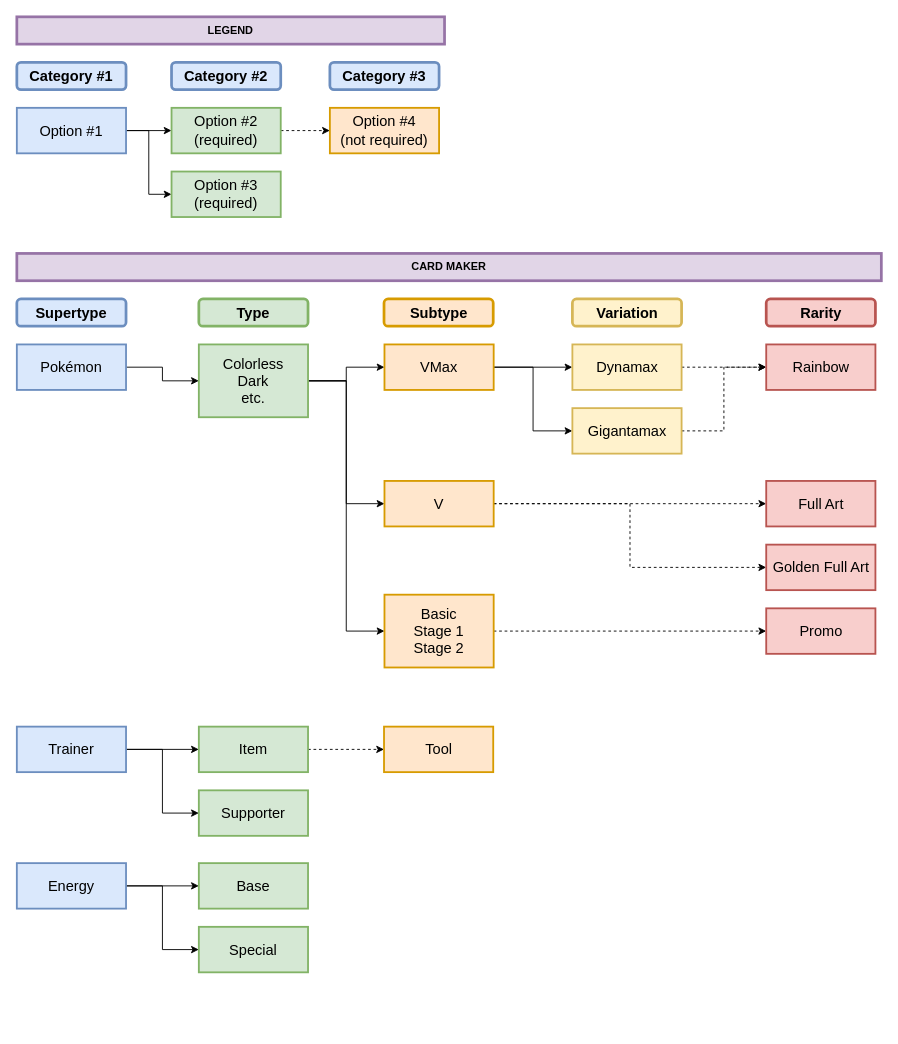
This is docs/Card flow.drawio from slayerofdrosophila/pkm-card-maker, a draw.io file, before an edit. Source tidied: cells renumbered, new cells numbered last; positions are measured from the earlier drawing's top-left corner, leaving out a move shared by most shapes. Both pictures are drawn from the tidied source at 91%, with x=0, y=0 at pixel (16, 16).
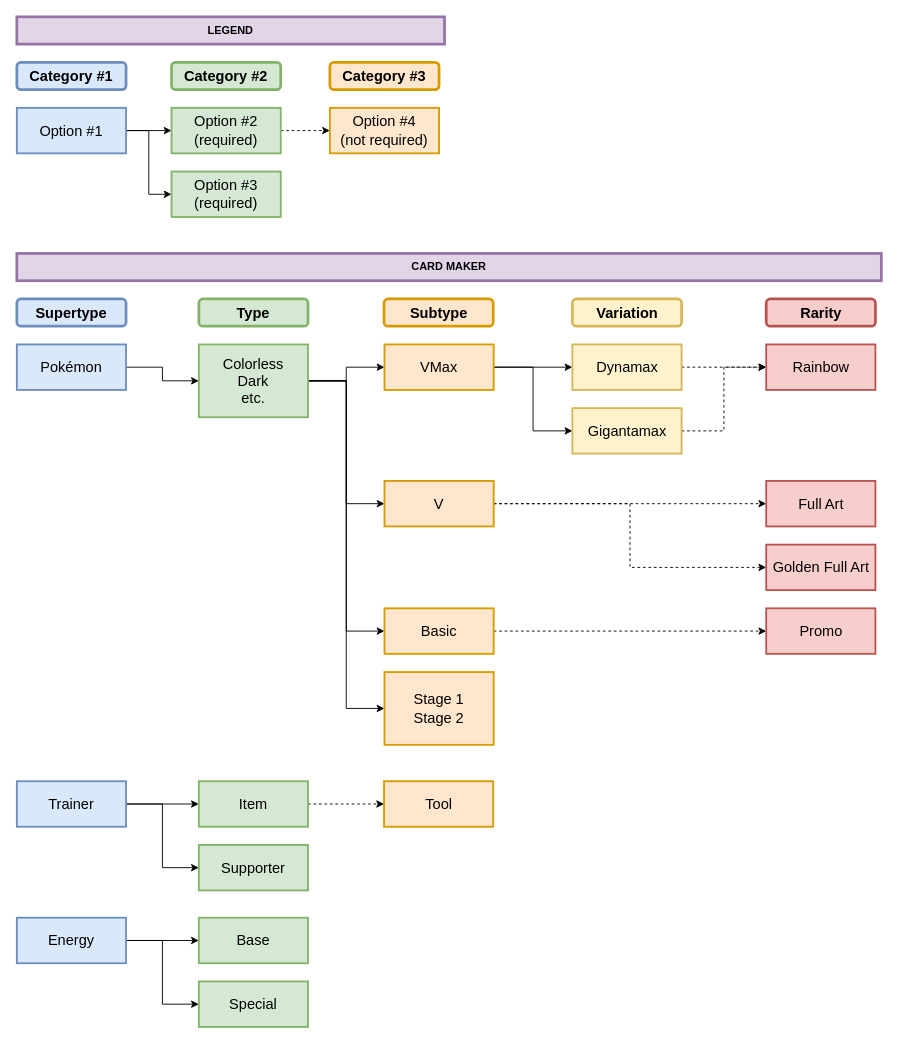
After the change.

Unchanged cells that the change refers to:
```xml
<mxCell id="18" value="Colorless&lt;br&gt;Dark&lt;br&gt;etc." style="rounded=0;whiteSpace=wrap;html=1;strokeWidth=2;fontSize=16;fillColor=#d5e8d4;strokeColor=#82b366;" parent="1" vertex="1">
  <mxGeometry x="200" y="360" width="120" height="80" as="geometry" />
</mxCell>
<mxCell id="28" value="V" style="rounded=0;whiteSpace=wrap;html=1;strokeWidth=2;fontSize=16;fillColor=#ffe6cc;strokeColor=#d79b00;" parent="1" vertex="1">
  <mxGeometry x="404" y="510" width="120" height="50" as="geometry" />
</mxCell>
<mxCell id="36" value="Promo" style="rounded=0;whiteSpace=wrap;html=1;strokeWidth=2;fontSize=16;fillColor=#f8cecc;strokeColor=#b85450;" parent="1" vertex="1">
  <mxGeometry x="823.5" y="650" width="120" height="50" as="geometry" />
</mxCell>
<mxCell id="38" value="Golden Full Art" style="rounded=0;whiteSpace=wrap;html=1;strokeWidth=2;fontSize=16;fillColor=#f8cecc;strokeColor=#b85450;" parent="1" vertex="1">
  <mxGeometry x="823.5" y="580" width="120" height="50" as="geometry" />
</mxCell>
```

Change to the diagram source:
```diff
@@
     <mxCell id="4" value="Energy" style="rounded=0;whiteSpace=wrap;html=1;strokeWidth=2;fontSize=16;fillColor=#dae8fc;strokeColor=#6c8ebf;" parent="1" vertex="1">
-      <mxGeometry y="930" width="120" height="50" as="geometry" />
+      <mxGeometry y="990" width="120" height="50" as="geometry" />
     </mxCell>
@@
     <mxCell id="14" value="Trainer" style="rounded=0;whiteSpace=wrap;html=1;strokeWidth=2;fontSize=16;fillColor=#dae8fc;strokeColor=#6c8ebf;" parent="1" vertex="1">
-      <mxGeometry y="780" width="120" height="50" as="geometry" />
+      <mxGeometry y="840" width="120" height="50" as="geometry" />
     </mxCell>
@@
+    <mxCell id="53" style="edgeStyle=orthogonalEdgeStyle;rounded=0;jettySize=auto;html=1;exitX=1;exitY=0.5;exitDx=0;exitDy=0;entryX=0;entryY=0.5;entryDx=0;entryDy=0;" parent="1" edge="1" source="18" target="55">
+      <mxGeometry relative="1" as="geometry" />
+    </mxCell>
@@
     <mxCell id="20" value="Item" style="rounded=0;whiteSpace=wrap;html=1;strokeWidth=2;fontSize=16;fillColor=#d5e8d4;strokeColor=#82b366;" parent="1" vertex="1">
-      <mxGeometry x="200" y="780" width="120" height="50" as="geometry" />
+      <mxGeometry x="200" y="840" width="120" height="50" as="geometry" />
     </mxCell>
     <mxCell id="21" value="Supporter" style="rounded=0;whiteSpace=wrap;html=1;strokeWidth=2;fontSize=16;fillColor=#d5e8d4;strokeColor=#82b366;" parent="1" vertex="1">
-      <mxGeometry x="200" y="850" width="120" height="50" as="geometry" />
+      <mxGeometry x="200" y="910" width="120" height="50" as="geometry" />
     </mxCell>
     <mxCell id="22" value="Base" style="rounded=0;whiteSpace=wrap;html=1;strokeWidth=2;fontSize=16;fillColor=#d5e8d4;strokeColor=#82b366;" parent="1" vertex="1">
-      <mxGeometry x="200" y="930" width="120" height="50" as="geometry" />
+      <mxGeometry x="200" y="990" width="120" height="50" as="geometry" />
     </mxCell>
     <mxCell id="23" value="Special" style="rounded=0;whiteSpace=wrap;html=1;strokeWidth=2;fontSize=16;fillColor=#d5e8d4;strokeColor=#82b366;" parent="1" vertex="1">
-      <mxGeometry x="200" y="1000" width="120" height="50" as="geometry" />
+      <mxGeometry x="200" y="1060" width="120" height="50" as="geometry" />
     </mxCell>
-    <mxCell id="24" style="edgeStyle=orthogonalEdgeStyle;rounded=0;jettySize=auto;html=1;exitX=1;exitY=0.5;exitDx=0;exitDy=0;entryX=0;entryY=0.5;entryDx=0;entryDy=0;fontSize=16;dashed=1;" parent="1" edge="1" source="25" target="36">
-      <mxGeometry relative="1" as="geometry" />
-    </mxCell>
-    <mxCell id="25" value="Basic&lt;br&gt;Stage 1&lt;br&gt;Stage 2" style="rounded=0;whiteSpace=wrap;html=1;strokeWidth=2;fontSize=16;fillColor=#ffe6cc;strokeColor=#d79b00;" parent="1" vertex="1">
-      <mxGeometry x="404" y="635" width="120" height="80" as="geometry" />
+    <mxCell id="25" value="Stage 1&lt;br&gt;Stage 2" style="rounded=0;whiteSpace=wrap;html=1;strokeWidth=2;fontSize=16;fillColor=#ffe6cc;strokeColor=#d79b00;" parent="1" vertex="1">
+      <mxGeometry x="404" y="720" width="120" height="80" as="geometry" />
     </mxCell>
@@
-    <mxCell id="27" style="edgeStyle=orthogonalEdgeStyle;rounded=0;jettySize=auto;html=1;exitX=1;exitY=0.5;exitDx=0;exitDy=0;entryX=0;entryY=0.5;entryDx=0;entryDy=0;fontSize=16;dashed=1;" parent="1" edge="1" source="28" target="38">
+    <mxCell id="27" style="edgeStyle=orthogonalEdgeStyle;rounded=0;jettySize=auto;html=1;exitX=1;exitY=0.5;exitDx=0;exitDy=0;entryX=0;entryY=0.5;entryDx=0;entryDy=0;dashed=1;" parent="1" edge="1" source="28" target="38">
       <mxGeometry relative="1" as="geometry" />
     </mxCell>
@@
     <mxCell id="40" value="Tool" style="rounded=0;whiteSpace=wrap;html=1;strokeWidth=2;fontSize=16;fillColor=#ffe6cc;strokeColor=#d79b00;" parent="1" vertex="1">
-      <mxGeometry x="403.5" y="780" width="120" height="50" as="geometry" />
+      <mxGeometry x="403.5" y="840" width="120" height="50" as="geometry" />
     </mxCell>
@@
-    <mxCell id="48" value="Category #2" style="rounded=1;whiteSpace=wrap;html=1;strokeWidth=3;fontSize=16;fillColor=#dae8fc;strokeColor=#6c8ebf;fontStyle=1;" parent="1" vertex="1">
+    <mxCell id="48" value="Category #2" style="rounded=1;whiteSpace=wrap;html=1;strokeWidth=3;fontSize=16;fillColor=#d5e8d4;strokeColor=#82b366;fontStyle=1;" parent="1" vertex="1">
       <mxGeometry x="170" y="50" width="120" height="30" as="geometry" />
     </mxCell>
-    <mxCell id="49" value="Category #3" style="rounded=1;whiteSpace=wrap;html=1;strokeWidth=3;fontSize=16;fillColor=#dae8fc;strokeColor=#6c8ebf;fontStyle=1;" parent="1" vertex="1">
+    <mxCell id="49" value="Category #3" style="rounded=1;whiteSpace=wrap;html=1;strokeWidth=3;fontSize=16;fillColor=#ffe6cc;strokeColor=#d79b00;fontStyle=1;" parent="1" vertex="1">
       <mxGeometry x="344" y="50" width="120" height="30" as="geometry" />
     </mxCell>
@@
+    <mxCell id="54" style="edgeStyle=orthogonalEdgeStyle;rounded=0;jettySize=auto;html=1;exitX=1;exitY=0.5;exitDx=0;exitDy=0;entryX=0;entryY=0.5;entryDx=0;entryDy=0;dashed=1;" parent="1" edge="1" source="55" target="36">
+      <mxGeometry relative="1" as="geometry" />
+    </mxCell>
+    <mxCell id="55" value="Basic" style="rounded=0;whiteSpace=wrap;html=1;strokeWidth=2;fontSize=16;fillColor=#ffe6cc;strokeColor=#d79b00;" parent="1" vertex="1">
+      <mxGeometry x="404" y="650" width="120" height="50" as="geometry" />
+    </mxCell>
```
